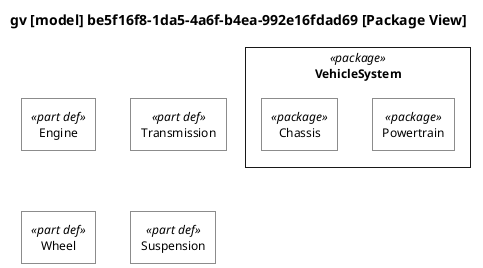
This is docs/plantuml-examples/08-package-view.png from mycr0ft/sysml2py, a PlantUML export, as it was before one commit.
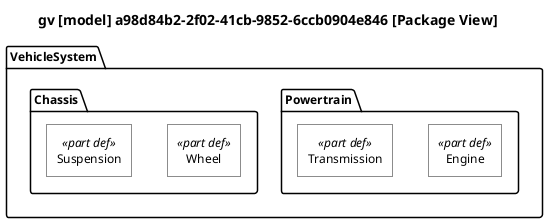
After the commit.

What changed in the source:
```diff
@@ -68,18 +68,20 @@
 
 top to bottom direction
 
-title gv [model] be5f16f8-1da5-4a6f-b4ea-992e16fdad69 [Package View]
+title gv [model] a98d84b2-2f02-41cb-9852-6ccb0904e846 [Package View]
 
 hide circle
 
-rectangle "VehicleSystem" as E5 <<package>> {
-rectangle "Powertrain" as E6 <<package>>
-rectangle "Chassis" as E7 <<package>>
+package "VehicleSystem" as E5 {
+    package "Powertrain" as E6 {
+        rectangle "Engine" as E1 <<part def>>
+        rectangle "Transmission" as E2 <<part def>>
+    }
+    package "Chassis" as E7 {
+        rectangle "Wheel" as E3 <<part def>>
+        rectangle "Suspension" as E4 <<part def>>
+    }
 }
-rectangle "Engine" as E1 <<part def>>
-rectangle "Transmission" as E2 <<part def>>
-rectangle "Wheel" as E3 <<part def>>
-rectangle "Suspension" as E4 <<part def>>
 
 
 @enduml
```
